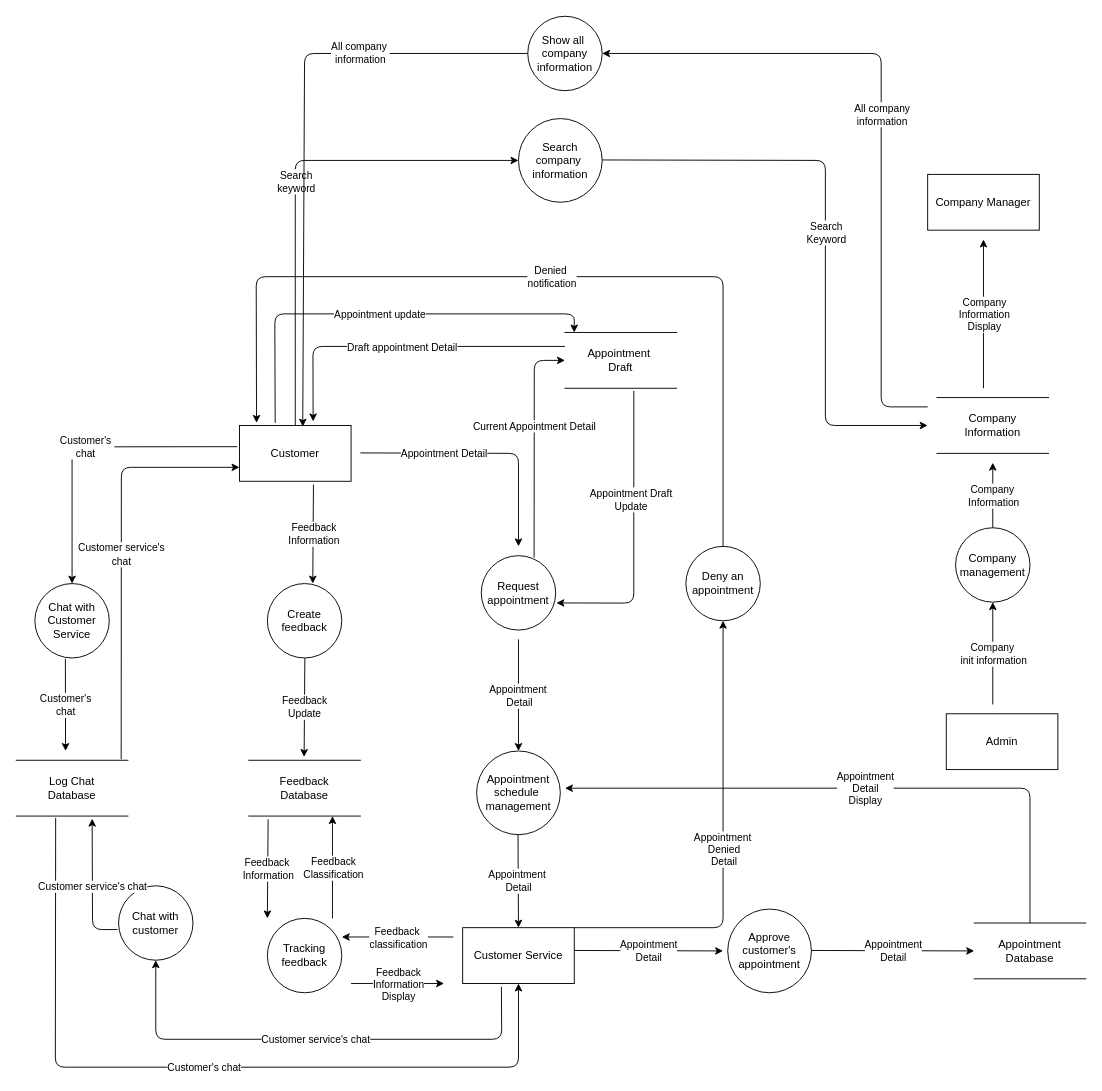
thienan3007/math-util keeps this draw.io diagram as src/Untitled Diagram.drawio. Above is the earlier version. Source tidied: cells renumbered, new cells numbered last; positions are measured from the earlier drawing's top-left corner, leaving out a move shared by most shapes. Both pictures are drawn from the tidied source at 93%, with x=0, y=0 at pixel (16, 16).
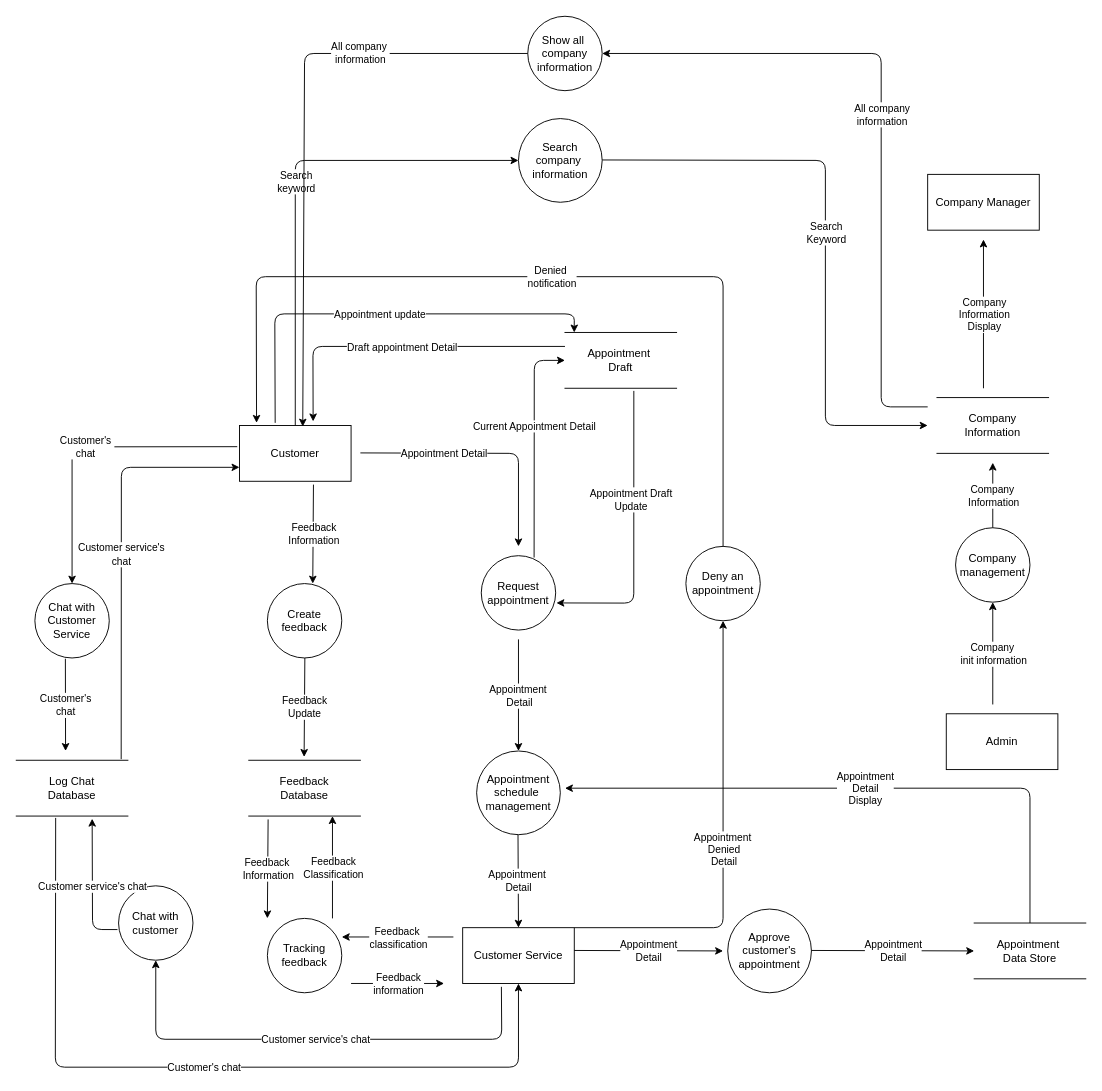
Above is the later version.

Commit message:
after lecturer

The change refers to these unchanged cells:
```xml
<mxCell id="18" style="endArrow=classic;html=1;" parent="1" edge="1">
  <mxGeometry relative="1" as="geometry">
    <mxPoint x="360" y="1040" as="sourcePoint" />
    <mxPoint x="460" y="1040" as="targetPoint" />
  </mxGeometry>
</mxCell>
```

The edit, as a diff of the source:
```diff
@@
-    <mxCell id="19" value="Feedback&lt;br&gt;Information&lt;br&gt;Display" style="edgeLabel;html=1;align=center;verticalAlign=middle;" parent="18" vertex="1">
+    <mxCell id="19" value="Feedback&lt;br&gt;information" style="edgeLabel;html=1;align=center;verticalAlign=middle;" parent="18" vertex="1">
       <mxGeometry relative="1" as="geometry" />
     </mxCell>
@@
-    <mxCell id="25" value="Appointment&lt;br&gt;Database" style="text;html=1;strokeColor=none;fillColor=none;align=center;verticalAlign=middle;whiteSpace=wrap;rounded=0;" parent="1" vertex="1">
+    <mxCell id="25" value="Appointment&amp;nbsp;&lt;br&gt;Data Store" style="text;html=1;strokeColor=none;fillColor=none;align=center;verticalAlign=middle;whiteSpace=wrap;rounded=0;" parent="1" vertex="1">
       <mxGeometry x="1070" y="995" width="40" height="20" as="geometry" />
     </mxCell>
```
